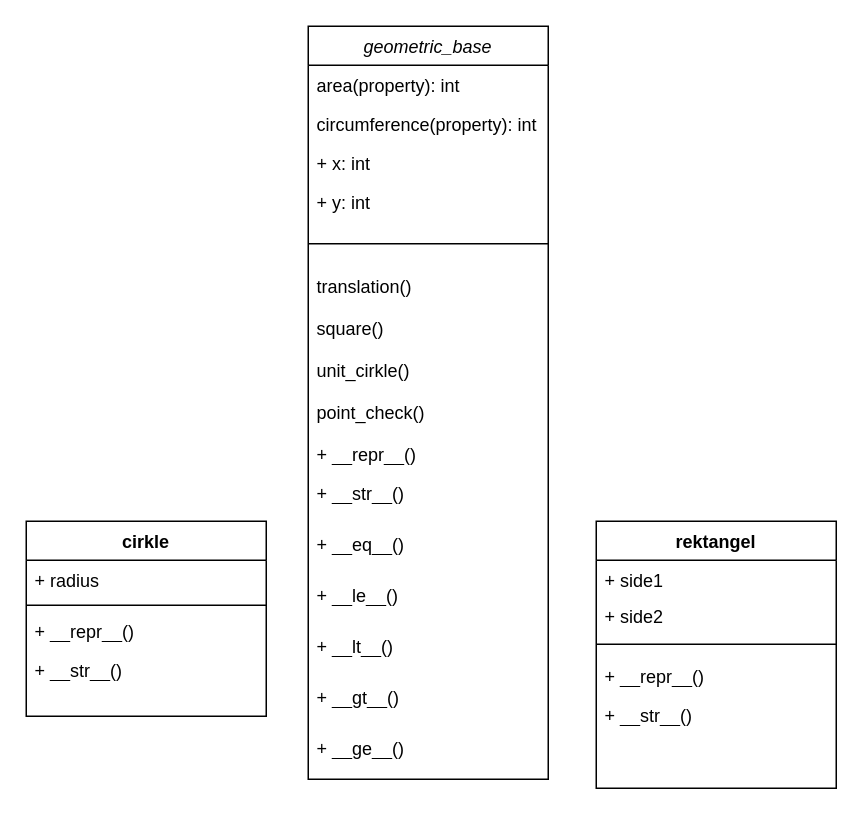
Before: Labs/Untitled Diagram.drawio in koop46/Python_Alejandro_Martinez, a draw.io diagram. Source tidied: cells renumbered, new cells numbered last; positions are measured from the earlier drawing's top-left corner, leaving out a move shared by most shapes. Both pictures are drawn from the tidied source at 150%, with x=0, y=0 at pixel (26, 26).
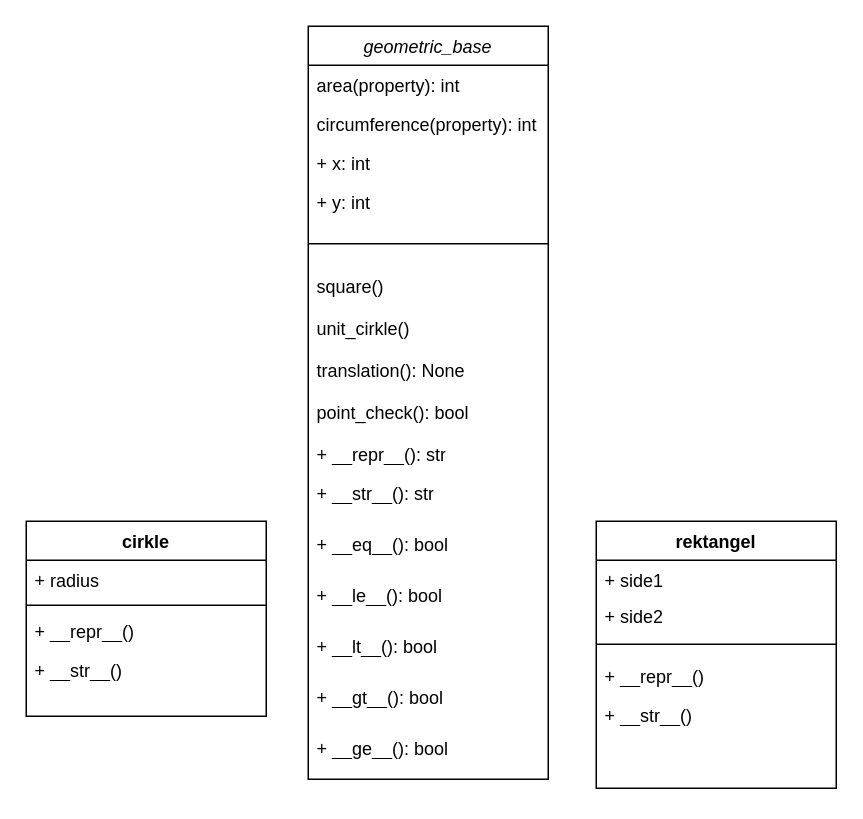
After the change.

Unchanged cells that the change refers to:
```xml
<mxCell id="2" value="geometric_base&#10;" style="swimlane;fontStyle=2;align=center;verticalAlign=top;horizontal=1;startSize=26;rounded=0;shadow=0;strokeWidth=1;" parent="1" vertex="1">
  <mxGeometry x="188" width="160" height="502" as="geometry" />
</mxCell>
```

The edit, as a diff of the source:
```diff
@@
-    <mxCell id="8" value="translation()" style="text;align=left;verticalAlign=top;spacingLeft=4;spacingRight=4;overflow=hidden;" parent="2" vertex="1">
-      <mxGeometry y="160" width="160" height="28" as="geometry" />
-    </mxCell>
     <mxCell id="9" value="square()" style="text;align=left;verticalAlign=top;spacingLeft=4;spacingRight=4;overflow=hidden;" parent="2" vertex="1">
-      <mxGeometry y="188" width="160" height="28" as="geometry" />
+      <mxGeometry y="160" width="160" height="28" as="geometry" />
     </mxCell>
     <mxCell id="10" value="unit_cirkle()" style="text;align=left;verticalAlign=top;spacingLeft=4;spacingRight=4;overflow=hidden;" parent="2" vertex="1">
-      <mxGeometry y="216" width="160" height="28" as="geometry" />
+      <mxGeometry y="188" width="160" height="28" as="geometry" />
     </mxCell>
+    <mxCell id="8" value="translation(): None" style="text;align=left;verticalAlign=top;spacingLeft=4;spacingRight=4;overflow=hidden;" parent="2" vertex="1">
+      <mxGeometry y="216" width="160" height="28" as="geometry" />
+    </mxCell>
-    <mxCell id="11" value="point_check()" style="text;align=left;verticalAlign=top;spacingLeft=4;spacingRight=4;overflow=hidden;" parent="2" vertex="1">
+    <mxCell id="11" value="point_check(): bool" style="text;align=left;verticalAlign=top;spacingLeft=4;spacingRight=4;overflow=hidden;" parent="2" vertex="1">
       <mxGeometry y="244" width="160" height="28" as="geometry" />
     </mxCell>
-    <mxCell id="12" value="+ __repr__()" style="text;strokeColor=none;fillColor=none;align=left;verticalAlign=top;spacingLeft=4;spacingRight=4;overflow=hidden;whiteSpace=wrap;html=1;" parent="2" vertex="1">
+    <mxCell id="12" value="+ __repr__(): str" style="text;strokeColor=none;fillColor=none;align=left;verticalAlign=top;spacingLeft=4;spacingRight=4;overflow=hidden;whiteSpace=wrap;html=1;" parent="2" vertex="1">
       <mxGeometry y="272" width="160" height="26" as="geometry" />
     </mxCell>
-    <mxCell id="13" value="+ __str__()" style="text;strokeColor=none;fillColor=none;align=left;verticalAlign=top;spacingLeft=4;spacingRight=4;overflow=hidden;whiteSpace=wrap;html=1;" parent="2" vertex="1">
+    <mxCell id="13" value="+ __str__(): str" style="text;strokeColor=none;fillColor=none;align=left;verticalAlign=top;spacingLeft=4;spacingRight=4;overflow=hidden;whiteSpace=wrap;html=1;" parent="2" vertex="1">
       <mxGeometry y="298" width="160" height="34" as="geometry" />
     </mxCell>
-    <mxCell id="14" value="+ __eq__()" style="text;strokeColor=none;fillColor=none;align=left;verticalAlign=top;spacingLeft=4;spacingRight=4;overflow=hidden;whiteSpace=wrap;html=1;" parent="2" vertex="1">
+    <mxCell id="14" value="+ __eq__(): bool" style="text;strokeColor=none;fillColor=none;align=left;verticalAlign=top;spacingLeft=4;spacingRight=4;overflow=hidden;whiteSpace=wrap;html=1;" parent="2" vertex="1">
       <mxGeometry y="332" width="160" height="34" as="geometry" />
     </mxCell>
-    <mxCell id="15" value="+ __le__()" style="text;strokeColor=none;fillColor=none;align=left;verticalAlign=top;spacingLeft=4;spacingRight=4;overflow=hidden;whiteSpace=wrap;html=1;" parent="2" vertex="1">
+    <mxCell id="15" value="+ __le__(): bool" style="text;strokeColor=none;fillColor=none;align=left;verticalAlign=top;spacingLeft=4;spacingRight=4;overflow=hidden;whiteSpace=wrap;html=1;" parent="2" vertex="1">
       <mxGeometry y="366" width="160" height="34" as="geometry" />
     </mxCell>
-    <mxCell id="16" value="+ __lt__()" style="text;strokeColor=none;fillColor=none;align=left;verticalAlign=top;spacingLeft=4;spacingRight=4;overflow=hidden;whiteSpace=wrap;html=1;" parent="2" vertex="1">
+    <mxCell id="16" value="+ __lt__(): bool" style="text;strokeColor=none;fillColor=none;align=left;verticalAlign=top;spacingLeft=4;spacingRight=4;overflow=hidden;whiteSpace=wrap;html=1;" parent="2" vertex="1">
       <mxGeometry y="400" width="160" height="34" as="geometry" />
     </mxCell>
-    <mxCell id="17" value="+ __gt__()" style="text;strokeColor=none;fillColor=none;align=left;verticalAlign=top;spacingLeft=4;spacingRight=4;overflow=hidden;whiteSpace=wrap;html=1;" parent="2" vertex="1">
+    <mxCell id="17" value="+ __gt__(): bool" style="text;strokeColor=none;fillColor=none;align=left;verticalAlign=top;spacingLeft=4;spacingRight=4;overflow=hidden;whiteSpace=wrap;html=1;" parent="2" vertex="1">
       <mxGeometry y="434" width="160" height="34" as="geometry" />
     </mxCell>
-    <mxCell id="18" value="+ __ge__()" style="text;strokeColor=none;fillColor=none;align=left;verticalAlign=top;spacingLeft=4;spacingRight=4;overflow=hidden;whiteSpace=wrap;html=1;" parent="2" vertex="1">
+    <mxCell id="18" value="+ __ge__(): bool" style="text;strokeColor=none;fillColor=none;align=left;verticalAlign=top;spacingLeft=4;spacingRight=4;overflow=hidden;whiteSpace=wrap;html=1;" parent="2" vertex="1">
       <mxGeometry y="468" width="160" height="34" as="geometry" />
     </mxCell>
```
